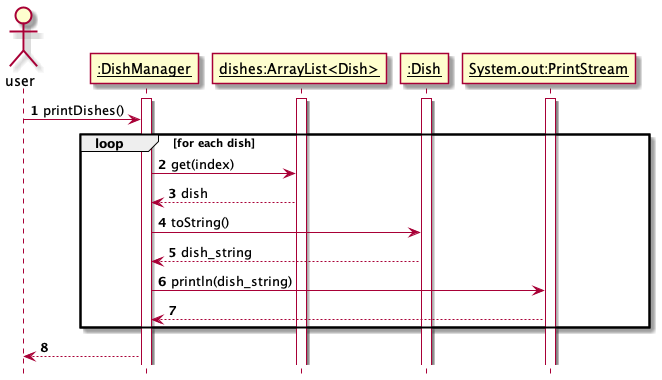
Earlier version of the PlantUML export docs/diagrams/sqeuence/DishManager_printDishes.png (nus-cs2113-AY2122S2/tp). Source of this version:
```plantuml
@startuml

autonumber
hide footbox

actor user
participant "__:DishManager__" as dishmanager
participant "__dishes:ArrayList<Dish>__" as dishes
participant "__:Dish__" as dish
participant "__System.out:PrintStream__" as out

activate dishmanager
activate dishes
activate dish
activate out

user -> dishmanager: printDishes()
group loop [for each dish]
dishmanager -> dishes: get(index)
dishes --> dishmanager: dish
dishmanager -> dish: toString()
dish --> dishmanager: dish_string
dishmanager -> out: println(dish_string)
out --> dishmanager
end
dishmanager --> user

@enduml
```
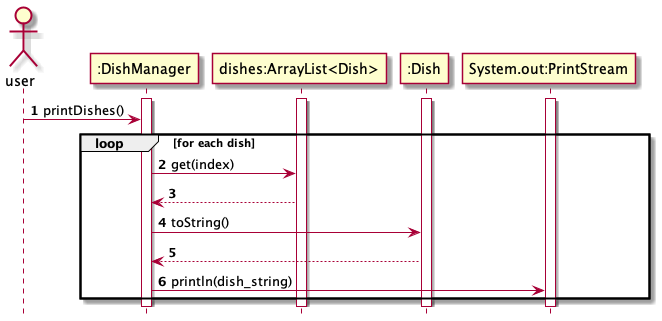
After the change.

What changed in the source:
```diff
@@ -4,10 +4,10 @@
 hide footbox
 
 actor user
-participant "__:DishManager__" as dishmanager
-participant "__dishes:ArrayList<Dish>__" as dishes
-participant "__:Dish__" as dish
-participant "__System.out:PrintStream__" as out
+participant ":DishManager" as dishmanager
+participant "dishes:ArrayList<Dish>" as dishes
+participant ":Dish" as dish
+participant "System.out:PrintStream" as out
 
 activate dishmanager
 activate dishes
@@ -17,12 +17,10 @@
 user -> dishmanager: printDishes()
 group loop [for each dish]
 dishmanager -> dishes: get(index)
-dishes --> dishmanager: dish
+dishes --> dishmanager
 dishmanager -> dish: toString()
-dish --> dishmanager: dish_string
+dish --> dishmanager
 dishmanager -> out: println(dish_string)
-out --> dishmanager
 end
-dishmanager --> user
 
 @enduml
```
